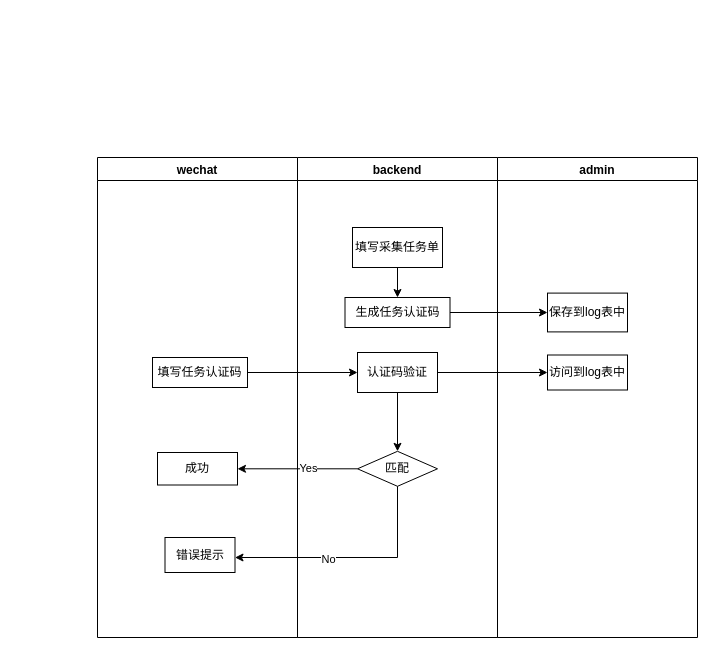
The draw.io diagram page "Page-6" (2 of 6) of pdd-e-r.drawio in gg2herry/drawio, before the edit. Source tidied: cells renumbered, new cells numbered last; positions are measured from the earlier drawing's top-left corner, leaving out a move shared by most shapes. Both pictures are drawn from the tidied source at 100%, with x=0, y=0 at pixel (97, 157).
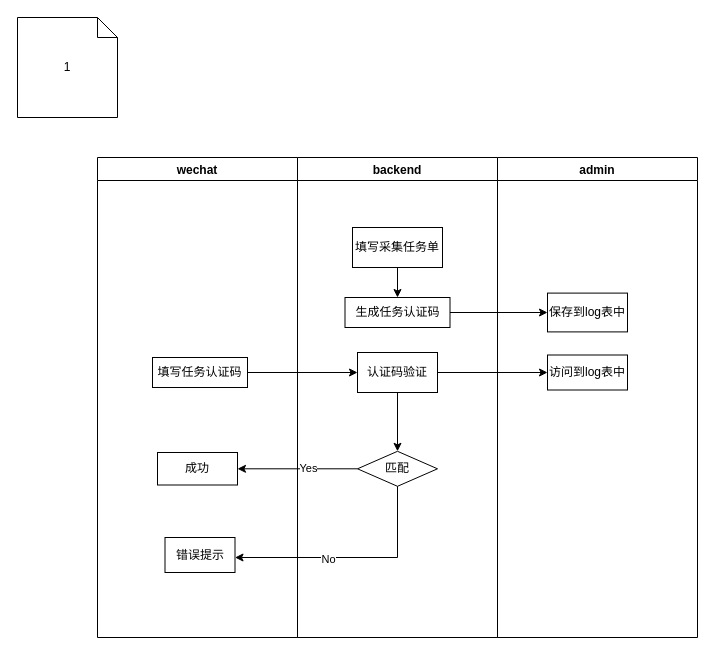
The same diagram, later.

What changed in the source:
```diff
@@
+    <mxCell id="23" value="1" style="shape=note;size=20;whiteSpace=wrap;html=1;" parent="1" vertex="1">
+      <mxGeometry x="-80" y="-140" width="100" height="100" as="geometry" />
+    </mxCell>
```
